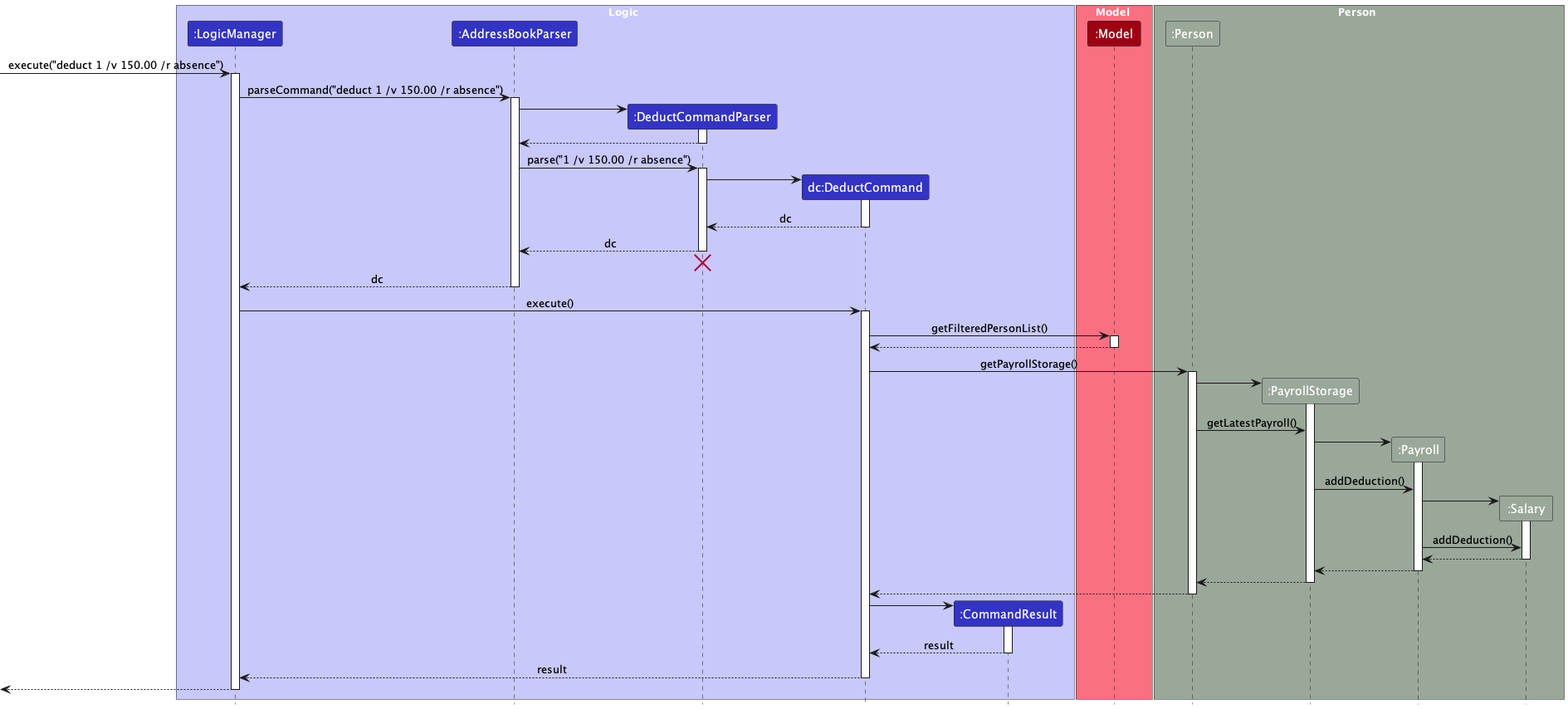
nus-cs2103-AY2324S1/tp keeps this PlantUML diagram as docs/images/AddDeductionSequenceDiagram.png. Above is the earlier version. Its diagram source:
```plantuml
@startuml
!include style.puml
skinparam ArrowFontStyle plain

box Logic LOGIC_COLOR_T1
participant ":LogicManager" as LogicManager LOGIC_COLOR
participant ":AddressBookParser" as AddressBookParser LOGIC_COLOR
participant ":DeductCommandParser" as DeductCommandParser LOGIC_COLOR
participant "dc:DeductCommand" as DeductCommand LOGIC_COLOR
participant ":CommandResult" as CommandResult LOGIC_COLOR
end box

box Model MODEL_COLOR_T1
participant ":Model" as Model MODEL_COLOR
end box

box Person PERSON_COLOR
participant ":Person" as Person PERSON_COLOR
participant ":PayrollStorage" as PayrollStorage PERSON_COLOR
participant ":Payroll" as Payroll PERSON_COLOR
participant ":Salary" as Salary PERSON_COLOR
end box

[-> LogicManager : execute("deduct 1 /v 150.00 /r absence")
activate LogicManager

LogicManager -> AddressBookParser : parseCommand("deduct 1 /v 150.00 /r absence")
activate AddressBookParser

create DeductCommandParser
AddressBookParser -> DeductCommandParser
activate DeductCommandParser

DeductCommandParser --> AddressBookParser
deactivate DeductCommandParser

AddressBookParser -> DeductCommandParser : parse("1 /v 150.00 /r absence")
activate DeductCommandParser

create DeductCommand
DeductCommandParser -> DeductCommand
activate DeductCommand

DeductCommand --> DeductCommandParser : dc
deactivate DeductCommand

DeductCommandParser --> AddressBookParser : dc
deactivate DeductCommandParser
DeductCommandParser -[hidden]-> AddressBookParser
destroy DeductCommandParser

AddressBookParser --> LogicManager : dc
deactivate AddressBookParser

LogicManager -> DeductCommand : execute()
activate DeductCommand

DeductCommand -> Model : getFilteredPersonList()
activate Model

Model --> DeductCommand:
deactivate Model

DeductCommand -> Person : getPayrollStorage()
activate Person
create PayrollStorage
Person -> PayrollStorage
activate PayrollStorage

Person -> PayrollStorage : getLatestPayroll()
create Payroll
PayrollStorage -> Payroll :
activate Payroll

PayrollStorage -> Payroll : addDeduction()
create Salary
Payroll -> Salary :
activate Salary
Payroll -> Salary : addDeduction()
Salary --> Payroll :
deactivate Salary
Payroll --> PayrollStorage :
deactivate Payroll
PayrollStorage --> Person :
deactivate PayrollStorage

Person --> DeductCommand :
deactivate Person

create CommandResult
DeductCommand -> CommandResult
activate CommandResult

CommandResult --> DeductCommand : result
deactivate CommandResult

DeductCommand --> LogicManager : result
deactivate DeductCommand

[<--LogicManager
deactivate LogicManager
@enduml
```
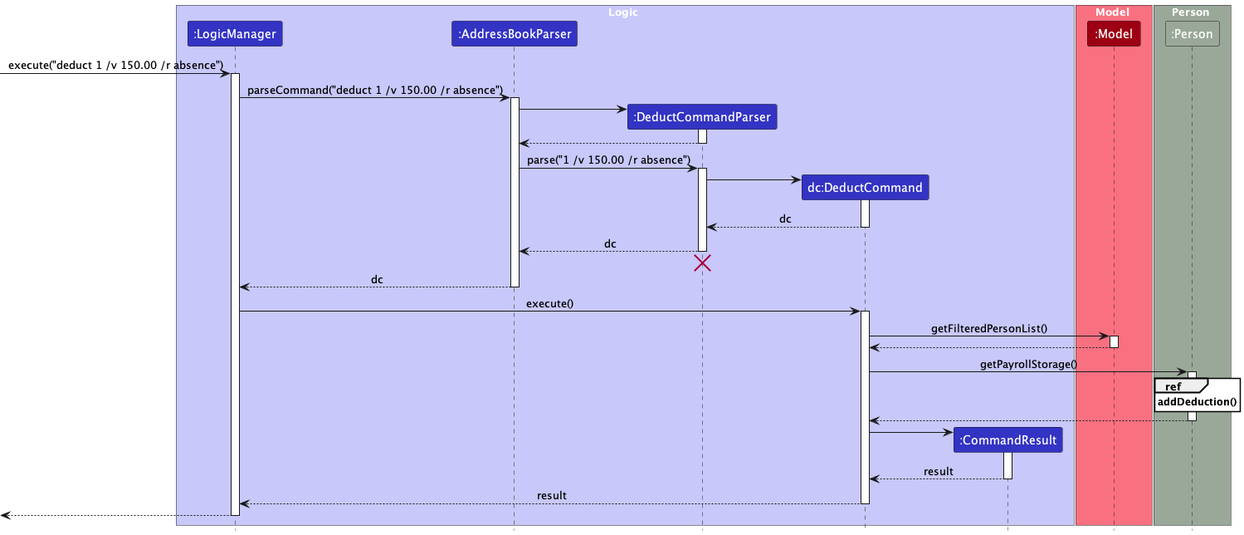
After the commit.

What changed in the source:
```diff
@@ -1,6 +1,7 @@
 @startuml
 !include style.puml
 skinparam ArrowFontStyle plain
+skinparam sequenceReferenceBackgroundColor white
 
 box Logic LOGIC_COLOR_T1
 participant ":LogicManager" as LogicManager LOGIC_COLOR
@@ -16,9 +17,6 @@
 
 box Person PERSON_COLOR
 participant ":Person" as Person PERSON_COLOR
-participant ":PayrollStorage" as PayrollStorage PERSON_COLOR
-participant ":Payroll" as Payroll PERSON_COLOR
-participant ":Salary" as Salary PERSON_COLOR
 end box
 
 [-> LogicManager : execute("deduct 1 /v 150.00 /r absence")
@@ -63,26 +61,8 @@
 
 DeductCommand -> Person : getPayrollStorage()
 activate Person
-create PayrollStorage
-Person -> PayrollStorage
-activate PayrollStorage
 
-Person -> PayrollStorage : getLatestPayroll()
-create Payroll
-PayrollStorage -> Payroll :
-activate Payroll
-
-PayrollStorage -> Payroll : addDeduction()
-create Salary
-Payroll -> Salary :
-activate Salary
-Payroll -> Salary : addDeduction()
-Salary --> Payroll :
-deactivate Salary
-Payroll --> PayrollStorage :
-deactivate Payroll
-PayrollStorage --> Person :
-deactivate PayrollStorage
+ref over Person : **addDeduction()**
 
 Person --> DeductCommand :
 deactivate Person
```
